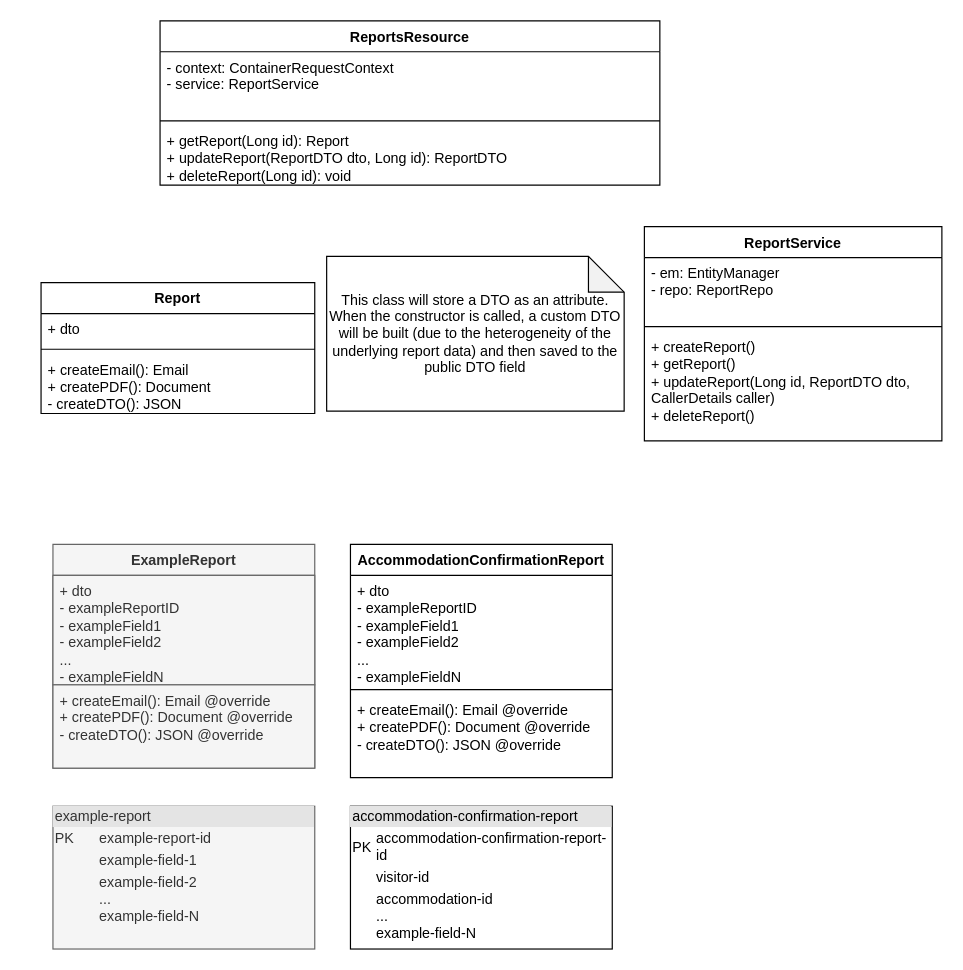
ambolt314/FinalProjectDesign keeps this draw.io diagram as Document generation class diagram.drawio. Above is the earlier version. Source tidied: cells renumbered, new cells numbered last; positions are measured from the earlier drawing's top-left corner, leaving out a move shared by most shapes. Both pictures are drawn from the tidied source at 119%, with x=0, y=0 at pixel (40, 20).
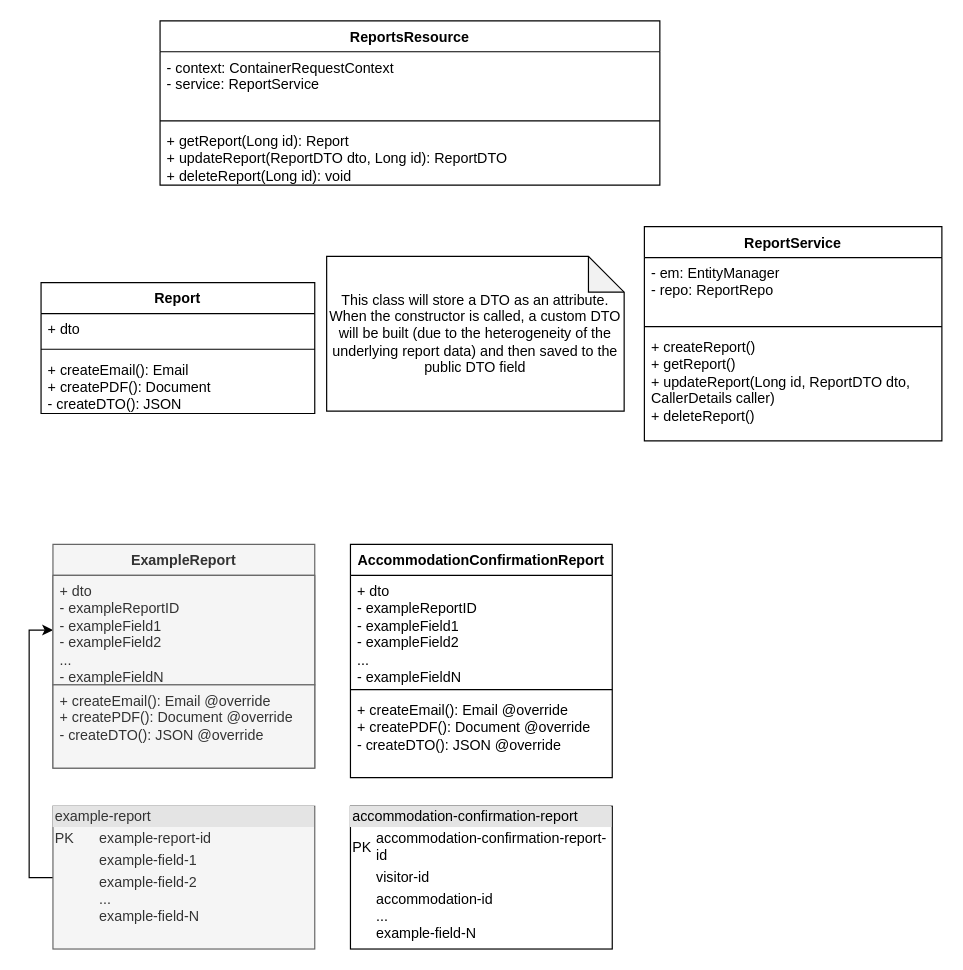
The same diagram, later.

Unchanged cells that the change refers to:
```xml
<mxCell id="15" value="&lt;div style=&quot;box-sizing:border-box;width:100%;background:#e4e4e4;padding:2px;&quot;&gt;example-report&lt;/div&gt;&lt;table style=&quot;width:100%;font-size:1em;&quot; cellpadding=&quot;2&quot; cellspacing=&quot;0&quot;&gt;&lt;tbody&gt;&lt;tr&gt;&lt;td&gt;PK&lt;/td&gt;&lt;td&gt;example-report-id&lt;br&gt;&lt;/td&gt;&lt;/tr&gt;&lt;tr&gt;&lt;td&gt;&lt;br&gt;&lt;/td&gt;&lt;td&gt;example-field-1&lt;/td&gt;&lt;/tr&gt;&lt;tr&gt;&lt;td&gt;&lt;/td&gt;&lt;td&gt;example-field-2&lt;br&gt;...&lt;br&gt;example-field-N&lt;br&gt;&lt;/td&gt;&lt;/tr&gt;&lt;/tbody&gt;&lt;/table&gt;" style="verticalAlign=top;align=left;overflow=fill;html=1;whiteSpace=wrap;fillColor=#f5f5f5;fontColor=#333333;strokeColor=#666666;" parent="1" vertex="1">
  <mxGeometry x="10" y="660" width="220" height="120" as="geometry" />
</mxCell>
<mxCell id="17" value="&lt;div&gt;+ dto&lt;br&gt;&lt;/div&gt;&lt;div&gt;- exampleReportID&lt;/div&gt;&lt;div&gt;- exampleField1&lt;/div&gt;&lt;div&gt;- exampleField2&lt;br&gt;&lt;/div&gt;&lt;div&gt;...&lt;/div&gt;&lt;div&gt;- exampleFieldN&lt;br&gt;&lt;/div&gt;" style="text;strokeColor=#666666;fillColor=#f5f5f5;align=left;verticalAlign=top;spacingLeft=4;spacingRight=4;overflow=hidden;points=[[0,0.5],[1,0.5]];portConstraint=eastwest;whiteSpace=wrap;html=1;fontColor=#333333;" parent="16" vertex="1">
  <mxGeometry y="26" width="220" height="92" as="geometry" />
</mxCell>
```

Change to the diagram source:
```diff
@@
+    <mxCell id="24" style="edgeStyle=orthogonalEdgeStyle;rounded=0;jettySize=auto;html=1;entryX=0;entryY=0.5;entryDx=0;entryDy=0;exitX=0;exitY=0.5;exitDx=0;exitDy=0;" parent="1" edge="1" source="15" target="17">
+      <mxGeometry relative="1" as="geometry" />
+    </mxCell>
```
